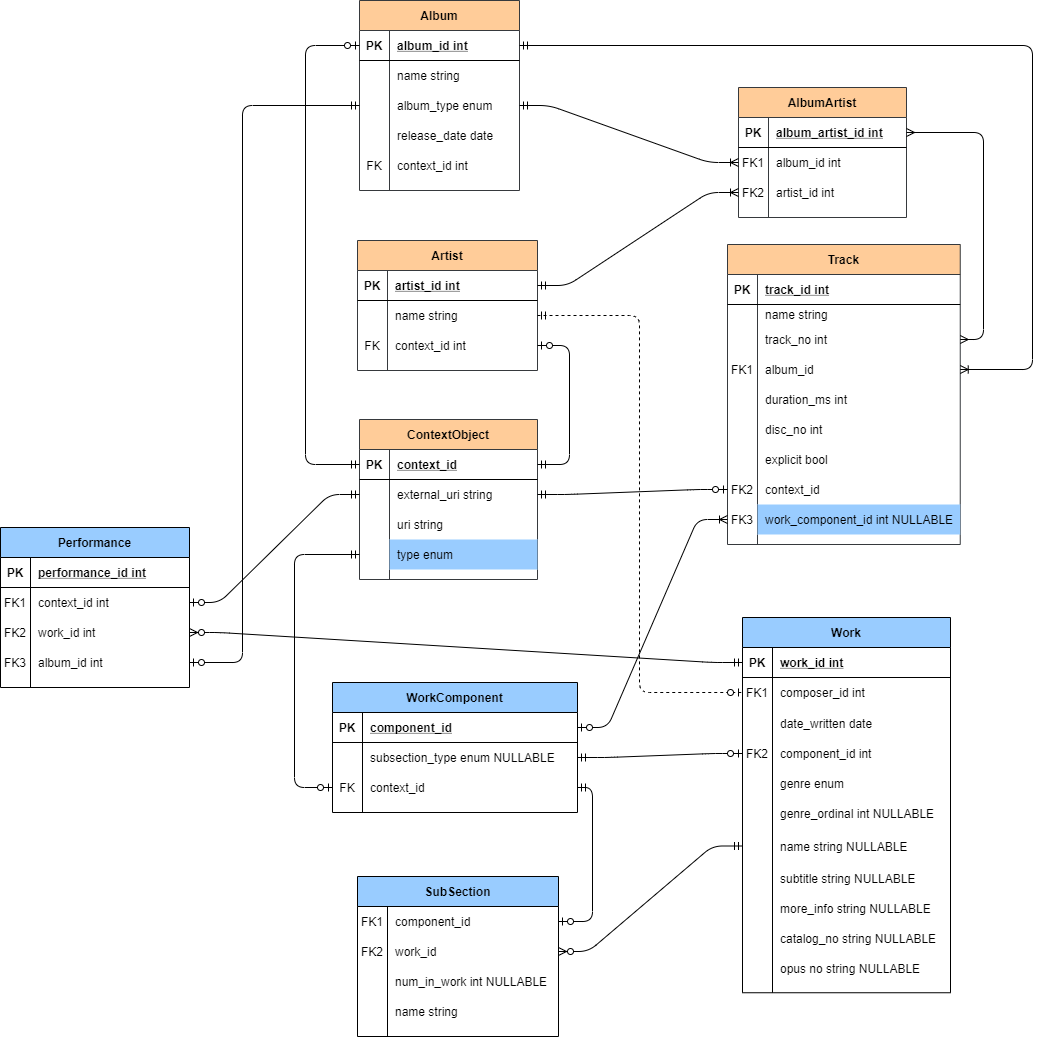
The draw.io diagram docs/spotify_opus_erd.png in james-menzies/spotify_opus, before a commit. Source tidied: cells renumbered, new cells last; positions are measured from the earlier drawing's top-left corner, leaving out a move shared by most shapes.
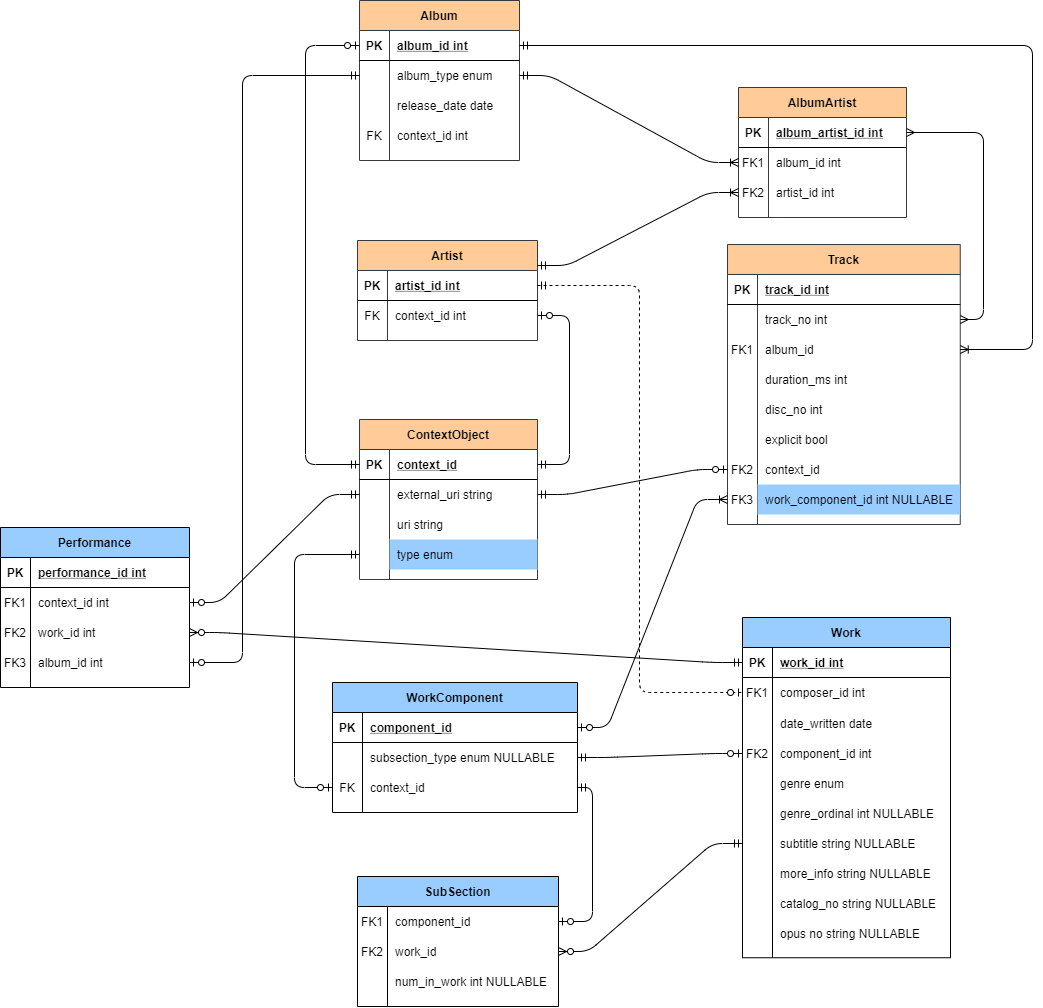
After the commit.

Commit message:
erd tweak

What changed in the source:
```diff
@@ -3,7 +3,7 @@
     <mxCell id="0" />
     <mxCell id="1" parent="0" />
     <mxCell id="2" value="Track" style="shape=table;startSize=30;rowLines=0;fontStyle=1;align=center;labelBackgroundColor=#ffcc99;fillColor=#ffcc99;strokeColor=#36393d;" parent="1" vertex="1">
-      <mxGeometry x="727" y="244" width="232.8" height="300" as="geometry" />
+      <mxGeometry x="727" y="244" width="232.8" height="280" as="geometry" />
     </mxCell>
     <mxCell id="3" style="shape=partialRectangle;fillColor=none;top=0;left=0;bottom=1;right=0;labelBackgroundColor=none;" parent="2" vertex="1">
       <mxGeometry y="30" width="232.8" height="30" as="geometry" />
@@ -14,17 +14,8 @@
     <mxCell id="5" value="track_id int" style="shape=partialRectangle;fillColor=none;top=0;left=0;bottom=0;right=0;align=left;spacingLeft=6;fontStyle=5;overflow=hidden;labelBackgroundColor=none;" parent="3" vertex="1">
       <mxGeometry x="30" width="202.8" height="30" as="geometry" />
     </mxCell>
-    <mxCell id="6" style="shape=partialRectangle;fillColor=none;top=0;left=0;bottom=0;right=0;labelBackgroundColor=none;" parent="2" vertex="1">
-      <mxGeometry y="60" width="232.8" height="20" as="geometry" />
-    </mxCell>
-    <mxCell id="7" style="shape=partialRectangle;fillColor=none;top=0;left=0;bottom=0;right=0;overflow=hidden;labelBackgroundColor=none;" parent="6" vertex="1">
-      <mxGeometry width="30" height="20" as="geometry" />
-    </mxCell>
-    <mxCell id="8" value="name string" style="shape=partialRectangle;fillColor=none;top=0;left=0;bottom=0;right=0;align=left;spacingLeft=6;overflow=hidden;labelBackgroundColor=none;" parent="6" vertex="1">
-      <mxGeometry x="30" width="202.8" height="20" as="geometry" />
-    </mxCell>
     <mxCell id="9" style="shape=partialRectangle;fillColor=none;top=0;left=0;bottom=0;right=0;points=[[0,0.5],[1,0.5]];portConstraint=eastwest;labelBackgroundColor=none;" parent="2" vertex="1">
-      <mxGeometry y="80" width="232.8" height="30" as="geometry" />
+      <mxGeometry y="60" width="232.8" height="30" as="geometry" />
     </mxCell>
     <mxCell id="10" style="shape=partialRectangle;fillColor=none;top=0;left=0;bottom=0;right=0;overflow=hidden;labelBackgroundColor=none;" parent="9" vertex="1">
       <mxGeometry width="30" height="30" as="geometry" />
@@ -33,7 +24,7 @@
       <mxGeometry x="30" width="202.8" height="30" as="geometry" />
     </mxCell>
     <mxCell id="12" style="shape=partialRectangle;fillColor=none;top=0;left=0;bottom=0;right=0;points=[[0,0.5],[1,0.5]];portConstraint=eastwest;labelBackgroundColor=none;" parent="2" vertex="1">
-      <mxGeometry y="110" width="232.8" height="30" as="geometry" />
+      <mxGeometry y="90" width="232.8" height="30" as="geometry" />
     </mxCell>
     <mxCell id="13" value="FK1" style="shape=partialRectangle;fillColor=none;top=0;left=0;bottom=0;right=0;overflow=hidden;labelBackgroundColor=none;" parent="12" vertex="1">
       <mxGeometry width="30" height="30" as="geometry" />
@@ -42,7 +33,7 @@
       <mxGeometry x="30" width="202.8" height="30" as="geometry" />
     </mxCell>
     <mxCell id="15" style="shape=partialRectangle;fillColor=none;top=0;left=0;bottom=0;right=0;labelBackgroundColor=none;" parent="2" vertex="1">
-      <mxGeometry y="140" width="232.8" height="30" as="geometry" />
+      <mxGeometry y="120" width="232.8" height="30" as="geometry" />
     </mxCell>
     <mxCell id="16" style="shape=partialRectangle;fillColor=none;top=0;left=0;bottom=0;right=0;overflow=hidden;labelBackgroundColor=none;" parent="15" vertex="1">
       <mxGeometry width="30" height="30" as="geometry" />
@@ -51,7 +42,7 @@
       <mxGeometry x="30" width="202.8" height="30" as="geometry" />
     </mxCell>
     <mxCell id="18" style="shape=partialRectangle;fillColor=none;top=0;left=0;bottom=0;right=0;labelBackgroundColor=none;" parent="2" vertex="1">
-      <mxGeometry y="170" width="232.8" height="30" as="geometry" />
+      <mxGeometry y="150" width="232.8" height="30" as="geometry" />
     </mxCell>
     <mxCell id="19" style="shape=partialRectangle;fillColor=none;top=0;left=0;bottom=0;right=0;overflow=hidden;labelBackgroundColor=none;" parent="18" vertex="1">
       <mxGeometry width="30" height="30" as="geometry" />
@@ -60,7 +51,7 @@
       <mxGeometry x="30" width="202.8" height="30" as="geometry" />
     </mxCell>
     <mxCell id="21" style="shape=partialRectangle;fillColor=none;top=0;left=0;bottom=0;right=0;labelBackgroundColor=none;" parent="2" vertex="1">
-      <mxGeometry y="200" width="232.8" height="30" as="geometry" />
+      <mxGeometry y="180" width="232.8" height="30" as="geometry" />
     </mxCell>
     <mxCell id="22" style="shape=partialRectangle;fillColor=none;top=0;left=0;bottom=0;right=0;overflow=hidden;labelBackgroundColor=none;" parent="21" vertex="1">
       <mxGeometry width="30" height="30" as="geometry" />
@@ -69,7 +60,7 @@
       <mxGeometry x="30" width="202.8" height="30" as="geometry" />
     </mxCell>
     <mxCell id="24" style="shape=partialRectangle;fillColor=none;top=0;left=0;bottom=0;right=0;points=[[0,0.5],[1,0.5]];portConstraint=eastwest;labelBackgroundColor=none;" parent="2" vertex="1">
-      <mxGeometry y="230" width="232.8" height="30" as="geometry" />
+      <mxGeometry y="210" width="232.8" height="30" as="geometry" />
     </mxCell>
     <mxCell id="25" value="FK2" style="shape=partialRectangle;fillColor=none;top=0;left=0;bottom=0;right=0;overflow=hidden;labelBackgroundColor=none;" parent="24" vertex="1">
       <mxGeometry width="30" height="30" as="geometry" />
@@ -78,7 +69,7 @@
       <mxGeometry x="30" width="202.8" height="30" as="geometry" />
     </mxCell>
     <mxCell id="27" style="shape=partialRectangle;top=0;left=0;bottom=0;right=0;points=[[0,0.5],[1,0.5]];portConstraint=eastwest;labelBackgroundColor=none;fillColor=none;" parent="2" vertex="1">
-      <mxGeometry y="260" width="232.8" height="30" as="geometry" />
+      <mxGeometry y="240" width="232.8" height="30" as="geometry" />
     </mxCell>
     <mxCell id="28" value="FK3" style="shape=partialRectangle;fillColor=none;top=0;left=0;bottom=0;right=0;overflow=hidden;labelBackgroundColor=none;" parent="27" vertex="1">
       <mxGeometry width="30" height="30" as="geometry" />
@@ -87,7 +78,7 @@
       <mxGeometry x="30" width="202.8" height="30" as="geometry" />
     </mxCell>
     <mxCell id="30" value="Album" style="shape=table;startSize=30;rowLines=0;fontStyle=1;align=center;labelBackgroundColor=none;fillColor=#ffcc99;strokeColor=#36393d;" parent="1" vertex="1">
-      <mxGeometry x="359" width="160" height="190" as="geometry" />
+      <mxGeometry x="359" width="160" height="160" as="geometry" />
     </mxCell>
     <mxCell id="31" style="shape=partialRectangle;fillColor=none;top=0;left=0;bottom=1;right=0;points=[[0,0.5],[1,0.5]];portConstraint=eastwest;labelBackgroundColor=none;" parent="30" vertex="1">
       <mxGeometry y="30" width="160" height="30" as="geometry" />
@@ -98,17 +89,8 @@
     <mxCell id="33" value="album_id int" style="shape=partialRectangle;fillColor=none;top=0;left=0;bottom=0;right=0;align=left;spacingLeft=6;fontStyle=5;overflow=hidden;labelBackgroundColor=none;" parent="31" vertex="1">
       <mxGeometry x="30" width="130" height="30" as="geometry" />
     </mxCell>
-    <mxCell id="34" style="shape=partialRectangle;fillColor=none;top=0;left=0;bottom=0;right=0;labelBackgroundColor=none;" parent="30" vertex="1">
-      <mxGeometry y="60" width="160" height="30" as="geometry" />
-    </mxCell>
-    <mxCell id="35" style="shape=partialRectangle;fillColor=none;top=0;left=0;bottom=0;right=0;overflow=hidden;labelBackgroundColor=none;" parent="34" vertex="1">
-      <mxGeometry width="30" height="30" as="geometry" />
-    </mxCell>
-    <mxCell id="36" value="name string" style="shape=partialRectangle;fillColor=none;top=0;left=0;bottom=0;right=0;align=left;spacingLeft=6;overflow=hidden;labelBackgroundColor=none;" parent="34" vertex="1">
-      <mxGeometry x="30" width="130" height="30" as="geometry" />
-    </mxCell>
     <mxCell id="37" style="shape=partialRectangle;fillColor=none;top=0;left=0;bottom=0;right=0;points=[[0,0.5],[1,0.5]];portConstraint=eastwest;labelBackgroundColor=none;" parent="30" vertex="1">
-      <mxGeometry y="90" width="160" height="30" as="geometry" />
+      <mxGeometry y="60" width="160" height="30" as="geometry" />
     </mxCell>
     <mxCell id="38" style="shape=partialRectangle;fillColor=none;top=0;left=0;bottom=0;right=0;overflow=hidden;labelBackgroundColor=none;" parent="37" vertex="1">
       <mxGeometry width="30" height="30" as="geometry" />
@@ -117,7 +99,7 @@
       <mxGeometry x="30" width="130" height="30" as="geometry" />
     </mxCell>
     <mxCell id="40" style="shape=partialRectangle;fillColor=none;top=0;left=0;bottom=0;right=0;labelBackgroundColor=none;" parent="30" vertex="1">
-      <mxGeometry y="120" width="160" height="30" as="geometry" />
+      <mxGeometry y="90" width="160" height="30" as="geometry" />
     </mxCell>
     <mxCell id="41" style="shape=partialRectangle;fillColor=none;top=0;left=0;bottom=0;right=0;overflow=hidden;labelBackgroundColor=none;" parent="40" vertex="1">
       <mxGeometry width="30" height="30" as="geometry" />
@@ -126,7 +108,7 @@
       <mxGeometry x="30" width="130" height="30" as="geometry" />
     </mxCell>
     <mxCell id="43" style="shape=partialRectangle;fillColor=none;top=0;left=0;bottom=0;right=0;labelBackgroundColor=none;" parent="30" vertex="1">
-      <mxGeometry y="150" width="160" height="30" as="geometry" />
+      <mxGeometry y="120" width="160" height="30" as="geometry" />
     </mxCell>
     <mxCell id="44" value="FK" style="shape=partialRectangle;fillColor=none;top=0;left=0;bottom=0;right=0;overflow=hidden;labelBackgroundColor=none;" parent="43" vertex="1">
       <mxGeometry width="30" height="30" as="geometry" />
@@ -143,7 +125,7 @@
       </mxGeometry>
     </mxCell>
     <mxCell id="47" value="Artist" style="shape=table;startSize=30;rowLines=0;fontStyle=1;align=center;labelBackgroundColor=none;fillColor=#ffcc99;strokeColor=#36393d;" parent="1" vertex="1">
-      <mxGeometry x="357" y="240" width="180" height="130" as="geometry" />
+      <mxGeometry x="357" y="240" width="180" height="100" as="geometry" />
     </mxCell>
     <mxCell id="48" style="shape=partialRectangle;fillColor=none;top=0;left=0;bottom=1;right=0;points=[[0,0.5],[1,0.5]];portConstraint=eastwest;labelBackgroundColor=none;" parent="47" vertex="1">
       <mxGeometry y="30" width="180" height="30" as="geometry" />
@@ -154,17 +136,8 @@
     <mxCell id="50" value="artist_id int" style="shape=partialRectangle;fillColor=none;top=0;left=0;bottom=0;right=0;align=left;spacingLeft=6;fontStyle=5;overflow=hidden;labelBackgroundColor=none;" parent="48" vertex="1">
       <mxGeometry x="30" width="150" height="30" as="geometry" />
     </mxCell>
-    <mxCell id="51" style="shape=partialRectangle;fillColor=none;top=0;left=0;bottom=0;right=0;points=[[0,0.5],[1,0.5]];portConstraint=eastwest;labelBackgroundColor=none;" parent="47" vertex="1">
-      <mxGeometry y="60" width="180" height="30" as="geometry" />
-    </mxCell>
-    <mxCell id="52" style="shape=partialRectangle;fillColor=none;top=0;left=0;bottom=0;right=0;overflow=hidden;labelBackgroundColor=none;" parent="51" vertex="1">
-      <mxGeometry width="30" height="30" as="geometry" />
-    </mxCell>
-    <mxCell id="53" value="name string" style="shape=partialRectangle;fillColor=none;top=0;left=0;bottom=0;right=0;align=left;spacingLeft=6;overflow=hidden;labelBackgroundColor=none;" parent="51" vertex="1">
-      <mxGeometry x="30" width="150" height="30" as="geometry" />
-    </mxCell>
     <mxCell id="54" style="shape=partialRectangle;fillColor=none;top=0;left=0;bottom=0;right=0;points=[[0,0.5],[1,0.5]];portConstraint=eastwest;labelBackgroundColor=none;" parent="47" vertex="1">
-      <mxGeometry y="90" width="180" height="30" as="geometry" />
+      <mxGeometry y="60" width="180" height="30" as="geometry" />
     </mxCell>
     <mxCell id="55" value="FK" style="shape=partialRectangle;fillColor=none;top=0;left=0;bottom=0;right=0;overflow=hidden;labelBackgroundColor=none;" parent="54" vertex="1">
       <mxGeometry width="30" height="30" as="geometry" />
@@ -205,7 +178,7 @@
     <mxCell id="67" style="edgeStyle=entityRelationEdgeStyle;fontSize=12;html=1;endArrow=ERoneToMany;startArrow=ERmandOne;exitX=1;exitY=0.5;exitDx=0;exitDy=0;entryX=0;entryY=0.5;entryDx=0;entryDy=0;labelBackgroundColor=none;" parent="1" edge="1" source="37" target="61">
       <mxGeometry relative="1" as="geometry" />
     </mxCell>
-    <mxCell id="68" style="edgeStyle=entityRelationEdgeStyle;fontSize=12;html=1;endArrow=ERoneToMany;startArrow=ERmandOne;exitX=1;exitY=0.5;exitDx=0;exitDy=0;entryX=0;entryY=0.5;entryDx=0;entryDy=0;labelBackgroundColor=none;" parent="1" edge="1" source="48" target="64">
+    <mxCell id="68" style="edgeStyle=entityRelationEdgeStyle;fontSize=12;html=1;endArrow=ERoneToMany;startArrow=ERmandOne;exitX=1;exitY=0.25;exitDx=0;exitDy=0;entryX=0;entryY=0.5;entryDx=0;entryDy=0;labelBackgroundColor=none;" parent="1" edge="1" source="47" target="64">
       <mxGeometry relative="1" as="geometry" />
     </mxCell>
     <mxCell id="69" style="edgeStyle=elbowEdgeStyle;fontSize=12;html=1;endArrow=ERmany;startArrow=ERmany;entryX=1;entryY=0.5;entryDx=0;entryDy=0;exitX=1;exitY=0.5;exitDx=0;exitDy=0;labelBackgroundColor=none;" parent="1" edge="1" source="58" target="9">
@@ -302,7 +275,7 @@
       <mxGeometry x="30" width="215" height="30" as="geometry" />
     </mxCell>
     <mxCell id="96" value="Work" style="shape=table;startSize=30;rowLines=0;fontStyle=1;align=center;fillColor=#99CCFF;" parent="1" vertex="1">
-      <mxGeometry x="742" y="617" width="208" height="375.2" as="geometry" />
+      <mxGeometry x="742" y="617" width="208" height="340.2" as="geometry" />
     </mxCell>
     <mxCell id="97" style="shape=partialRectangle;fillColor=none;top=0;left=0;bottom=1;right=0;points=[[0,0.5],[1,0.5]];portConstraint=eastwest;" parent="96" vertex="1">
       <mxGeometry y="30" width="208" height="30" as="geometry" />
@@ -358,17 +331,8 @@
     <mxCell id="114" value="genre_ordinal int NULLABLE" style="shape=partialRectangle;fillColor=none;top=0;left=0;bottom=0;right=0;align=left;spacingLeft=6;overflow=hidden;" parent="112" vertex="1">
       <mxGeometry x="30" width="178" height="30" as="geometry" />
     </mxCell>
-    <mxCell id="115" style="shape=partialRectangle;fillColor=none;top=0;left=0;bottom=0;right=0;points=[[0,0.5],[1,0.5]];portConstraint=eastwest;" parent="96" vertex="1">
-      <mxGeometry y="211" width="208" height="35" as="geometry" />
-    </mxCell>
-    <mxCell id="116" style="shape=partialRectangle;fillColor=none;top=0;left=0;bottom=0;right=0;overflow=hidden;" parent="115" vertex="1">
-      <mxGeometry width="30" height="35" as="geometry" />
-    </mxCell>
-    <mxCell id="117" value="name string NULLABLE" style="shape=partialRectangle;fillColor=none;top=0;left=0;bottom=0;right=0;align=left;spacingLeft=6;overflow=hidden;" parent="115" vertex="1">
-      <mxGeometry x="30" width="178" height="35" as="geometry" />
-    </mxCell>
     <mxCell id="118" style="shape=partialRectangle;fillColor=none;top=0;left=0;bottom=0;right=0;points=[[0,0.5],[1,0.5]];portConstraint=eastwest;" parent="96" vertex="1">
-      <mxGeometry y="246" width="208" height="30" as="geometry" />
+      <mxGeometry y="211" width="208" height="30" as="geometry" />
     </mxCell>
     <mxCell id="119" style="shape=partialRectangle;fillColor=none;top=0;left=0;bottom=0;right=0;overflow=hidden;" parent="118" vertex="1">
       <mxGeometry width="30" height="30" as="geometry" />
@@ -377,7 +341,7 @@
       <mxGeometry x="30" width="178" height="30" as="geometry" />
     </mxCell>
     <mxCell id="121" style="shape=partialRectangle;fillColor=none;top=0;left=0;bottom=0;right=0;" parent="96" vertex="1">
-      <mxGeometry y="276" width="208" height="30" as="geometry" />
+      <mxGeometry y="241" width="208" height="30" as="geometry" />
     </mxCell>
     <mxCell id="122" style="shape=partialRectangle;fillColor=none;top=0;left=0;bottom=0;right=0;overflow=hidden;" parent="121" vertex="1">
       <mxGeometry width="30" height="30" as="geometry" />
@@ -386,7 +350,7 @@
       <mxGeometry x="30" width="178" height="30" as="geometry" />
     </mxCell>
     <mxCell id="124" style="shape=partialRectangle;fillColor=none;top=0;left=0;bottom=0;right=0;" parent="96" vertex="1">
-      <mxGeometry y="306" width="208" height="30" as="geometry" />
+      <mxGeometry y="271" width="208" height="30" as="geometry" />
     </mxCell>
     <mxCell id="125" style="shape=partialRectangle;fillColor=none;top=0;left=0;bottom=0;right=0;overflow=hidden;" parent="124" vertex="1">
       <mxGeometry width="30" height="30" as="geometry" />
@@ -395,7 +359,7 @@
       <mxGeometry x="30" width="178" height="30" as="geometry" />
     </mxCell>
     <mxCell id="127" style="shape=partialRectangle;fillColor=none;top=0;left=0;bottom=0;right=0;" parent="96" vertex="1">
-      <mxGeometry y="336" width="208" height="30" as="geometry" />
+      <mxGeometry y="301" width="208" height="30" as="geometry" />
     </mxCell>
     <mxCell id="128" style="shape=partialRectangle;fillColor=none;top=0;left=0;bottom=0;right=0;overflow=hidden;" parent="127" vertex="1">
       <mxGeometry width="30" height="30" as="geometry" />
@@ -411,7 +375,7 @@
       </mxGeometry>
     </mxCell>
     <mxCell id="131" value="SubSection" style="shape=table;startSize=30;rowLines=0;fontStyle=1;align=center;labelBackgroundColor=none;fillColor=#99CCFF;" parent="1" vertex="1">
-      <mxGeometry x="357" y="876" width="201" height="160" as="geometry" />
+      <mxGeometry x="357" y="876" width="201" height="130" as="geometry" />
     </mxCell>
     <mxCell id="132" style="shape=partialRectangle;fillColor=none;top=0;left=0;bottom=0;right=0;points=[[0,0.5],[1,0.5]];portConstraint=eastwest;" parent="131" vertex="1">
       <mxGeometry y="30" width="201" height="30" as="geometry" />
@@ -440,16 +404,7 @@
     <mxCell id="140" value="num_in_work int NULLABLE" style="shape=partialRectangle;fillColor=none;top=0;left=0;bottom=0;right=0;align=left;spacingLeft=6;overflow=hidden;" parent="138" vertex="1">
       <mxGeometry x="30" width="171" height="30" as="geometry" />
     </mxCell>
-    <mxCell id="141" style="shape=partialRectangle;fillColor=none;top=0;left=0;bottom=0;right=0;" parent="131" vertex="1">
-      <mxGeometry y="120" width="201" height="30" as="geometry" />
-    </mxCell>
-    <mxCell id="142" style="shape=partialRectangle;fillColor=none;top=0;left=0;bottom=0;right=0;overflow=hidden;" parent="141" vertex="1">
-      <mxGeometry width="30" height="30" as="geometry" />
-    </mxCell>
-    <mxCell id="143" value="name string" style="shape=partialRectangle;fillColor=none;top=0;left=0;bottom=0;right=0;align=left;spacingLeft=6;overflow=hidden;" parent="141" vertex="1">
-      <mxGeometry x="30" width="171" height="30" as="geometry" />
-    </mxCell>
-    <mxCell id="144" style="edgeStyle=elbowEdgeStyle;fontSize=12;html=1;endArrow=ERzeroToOne;startArrow=ERmandOne;entryX=0;entryY=0.5;entryDx=0;entryDy=0;exitX=1;exitY=0.5;exitDx=0;exitDy=0;noLabel=1;fontColor=none;labelBorderColor=none;labelBackgroundColor=none;dashed=1;" parent="1" edge="1" source="51" target="100">
+    <mxCell id="144" style="edgeStyle=elbowEdgeStyle;fontSize=12;html=1;endArrow=ERzeroToOne;startArrow=ERmandOne;entryX=0;entryY=0.5;entryDx=0;entryDy=0;exitX=1;exitY=0.5;exitDx=0;exitDy=0;noLabel=1;fontColor=none;labelBorderColor=none;labelBackgroundColor=none;dashed=1;" parent="1" edge="1" source="48" target="100">
       <mxGeometry relative="1" as="geometry">
         <Array as="points">
           <mxPoint x="639" y="506" />
@@ -459,7 +414,7 @@
     <mxCell id="145" style="edgeStyle=entityRelationEdgeStyle;fontSize=12;html=1;endArrow=ERoneToMany;startArrow=ERzeroToOne;labelBackgroundColor=none;entryX=0;entryY=0.5;entryDx=0;entryDy=0;exitX=1;exitY=0.5;exitDx=0;exitDy=0;startFill=1;endFill=0;" parent="1" edge="1" source="87" target="27">
       <mxGeometry relative="1" as="geometry" />
     </mxCell>
-    <mxCell id="146" style="edgeStyle=entityRelationEdgeStyle;fontSize=12;html=1;endArrow=ERzeroToMany;startArrow=ERmandOne;labelBackgroundColor=none;exitX=0;exitY=0.5;exitDx=0;exitDy=0;entryX=1;entryY=0.5;entryDx=0;entryDy=0;" parent="1" edge="1" source="115" target="135">
+    <mxCell id="146" style="edgeStyle=entityRelationEdgeStyle;fontSize=12;html=1;endArrow=ERzeroToMany;startArrow=ERmandOne;labelBackgroundColor=none;exitX=0;exitY=0.5;exitDx=0;exitDy=0;entryX=1;entryY=0.5;entryDx=0;entryDy=0;" parent="1" edge="1" source="118" target="135">
       <mxGeometry relative="1" as="geometry" />
     </mxCell>
     <mxCell id="147" style="edgeStyle=entityRelationEdgeStyle;fontSize=12;html=1;endArrow=ERzeroToOne;startArrow=ERmandOne;labelBackgroundColor=none;exitX=1;exitY=0.5;exitDx=0;exitDy=0;entryX=0;entryY=0.5;entryDx=0;entryDy=0;" parent="1" edge="1" source="90" target="106">
```
